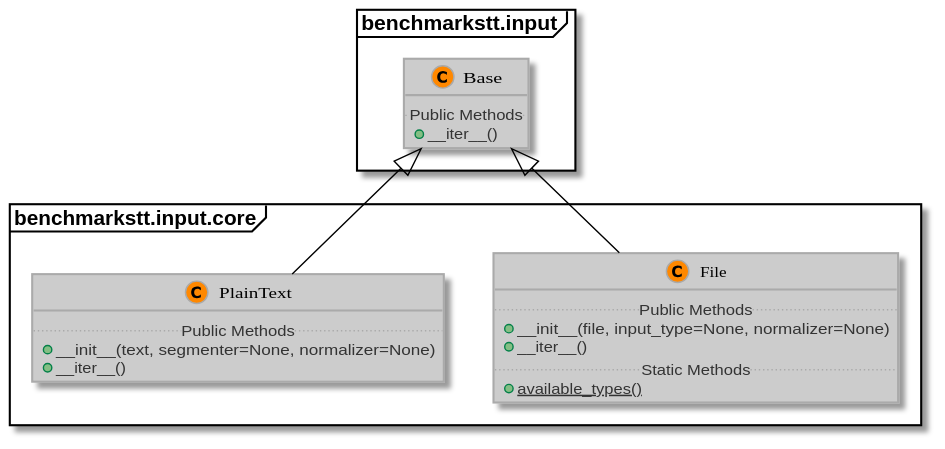
ebu/benchmarkstt keeps this PlantUML diagram as docs/_static/uml/benchmarkstt.input.svg. Above is the earlier version. Its diagram source:
```plantuml
@startuml

skinparam packageStyle Frame
!define LIGHTORANGE
!includeurl https://raw.githubusercontent.com/Drakemor/RedDress-PlantUML/master/style.puml
package benchmarkstt.input [[https://benchmarkstt.readthedocs.io/en/latest/modules/benchmarkstt.input.html#]] {

	class benchmarkstt.input.Base  [[https://benchmarkstt.readthedocs.io/en/latest/modules/benchmarkstt.input.html#benchmarkstt.input.Base]] {
		.. Public Methods ..
		+__iter__()
	}
}

package benchmarkstt.input.core [[https://benchmarkstt.readthedocs.io/en/latest/modules/benchmarkstt.input.core.html#]] {

	class benchmarkstt.input.core.File  [[https://benchmarkstt.readthedocs.io/en/latest/modules/benchmarkstt.input.core.html#benchmarkstt.input.core.File]] extends benchmarkstt.input.Base {
		.. Public Methods ..
		+__init__(file, input_type=None, normalizer=None)
		+__iter__()
		.. Static Methods ..
		{static} +available_types()
	}

	class benchmarkstt.input.core.PlainText  [[https://benchmarkstt.readthedocs.io/en/latest/modules/benchmarkstt.input.core.html#benchmarkstt.input.core.PlainText]] extends benchmarkstt.input.Base {
		.. Public Methods ..
		+__init__(text, segmenter=None, normalizer=None)
		+__iter__()
	}
}




@enduml
```
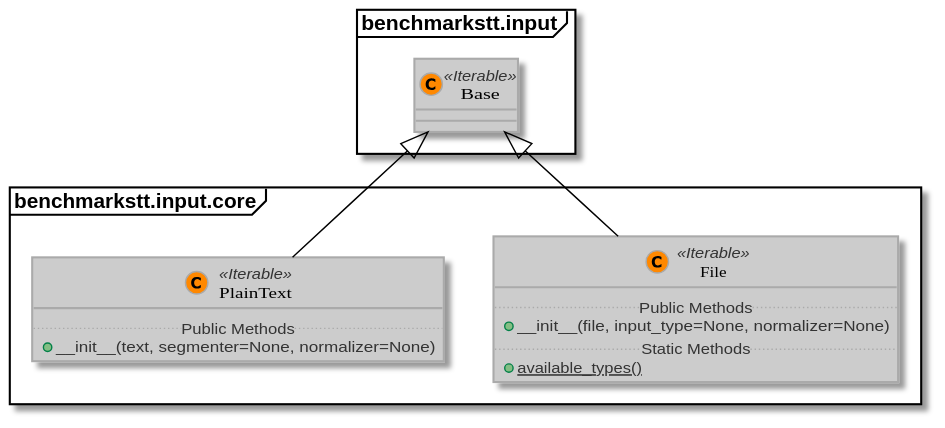
Above is the later version.

Change to the diagram source:
```diff
@@ -5,26 +5,22 @@
 !includeurl https://raw.githubusercontent.com/Drakemor/RedDress-PlantUML/master/style.puml
 package benchmarkstt.input [[https://benchmarkstt.readthedocs.io/en/latest/modules/benchmarkstt.input.html#]] {
 
-	class benchmarkstt.input.Base  [[https://benchmarkstt.readthedocs.io/en/latest/modules/benchmarkstt.input.html#benchmarkstt.input.Base]] {
-		.. Public Methods ..
-		+__iter__()
+	class benchmarkstt.input.Base << Iterable >>  [[https://benchmarkstt.readthedocs.io/en/latest/modules/benchmarkstt.input.html#benchmarkstt.input.Base]] {
 	}
 }
 
 package benchmarkstt.input.core [[https://benchmarkstt.readthedocs.io/en/latest/modules/benchmarkstt.input.core.html#]] {
 
-	class benchmarkstt.input.core.File  [[https://benchmarkstt.readthedocs.io/en/latest/modules/benchmarkstt.input.core.html#benchmarkstt.input.core.File]] extends benchmarkstt.input.Base {
+	class benchmarkstt.input.core.File << Iterable >>  [[https://benchmarkstt.readthedocs.io/en/latest/modules/benchmarkstt.input.core.html#benchmarkstt.input.core.File]] extends benchmarkstt.input.Base {
 		.. Public Methods ..
 		+__init__(file, input_type=None, normalizer=None)
-		+__iter__()
 		.. Static Methods ..
 		{static} +available_types()
 	}
 
-	class benchmarkstt.input.core.PlainText  [[https://benchmarkstt.readthedocs.io/en/latest/modules/benchmarkstt.input.core.html#benchmarkstt.input.core.PlainText]] extends benchmarkstt.input.Base {
+	class benchmarkstt.input.core.PlainText << Iterable >>  [[https://benchmarkstt.readthedocs.io/en/latest/modules/benchmarkstt.input.core.html#benchmarkstt.input.core.PlainText]] extends benchmarkstt.input.Base {
 		.. Public Methods ..
 		+__init__(text, segmenter=None, normalizer=None)
-		+__iter__()
 	}
 }
 
```
